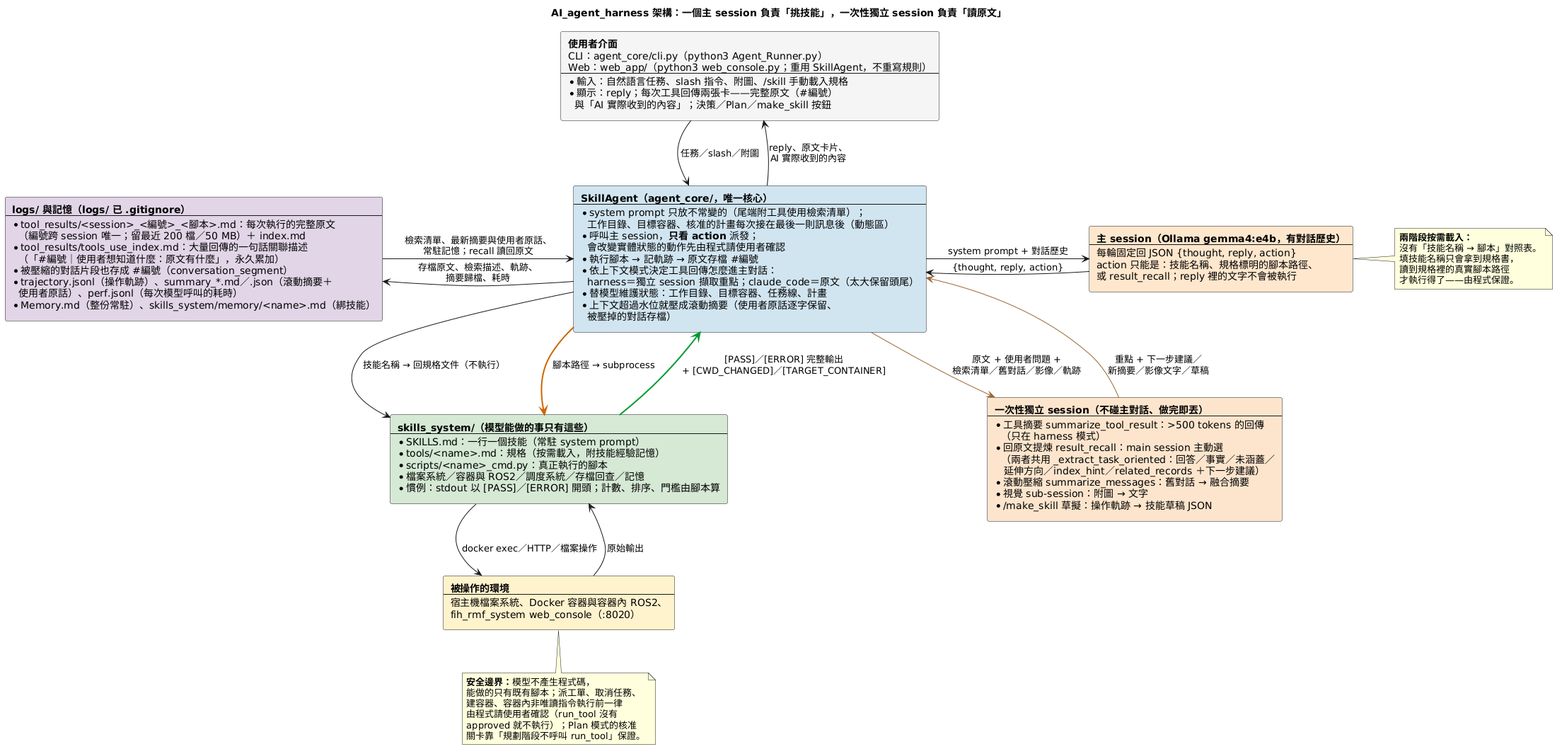
Before: doc/images/AI_agent_harness的說明.png, a diagram exported from PlantUML (DavidZox/AI_agent_harness).
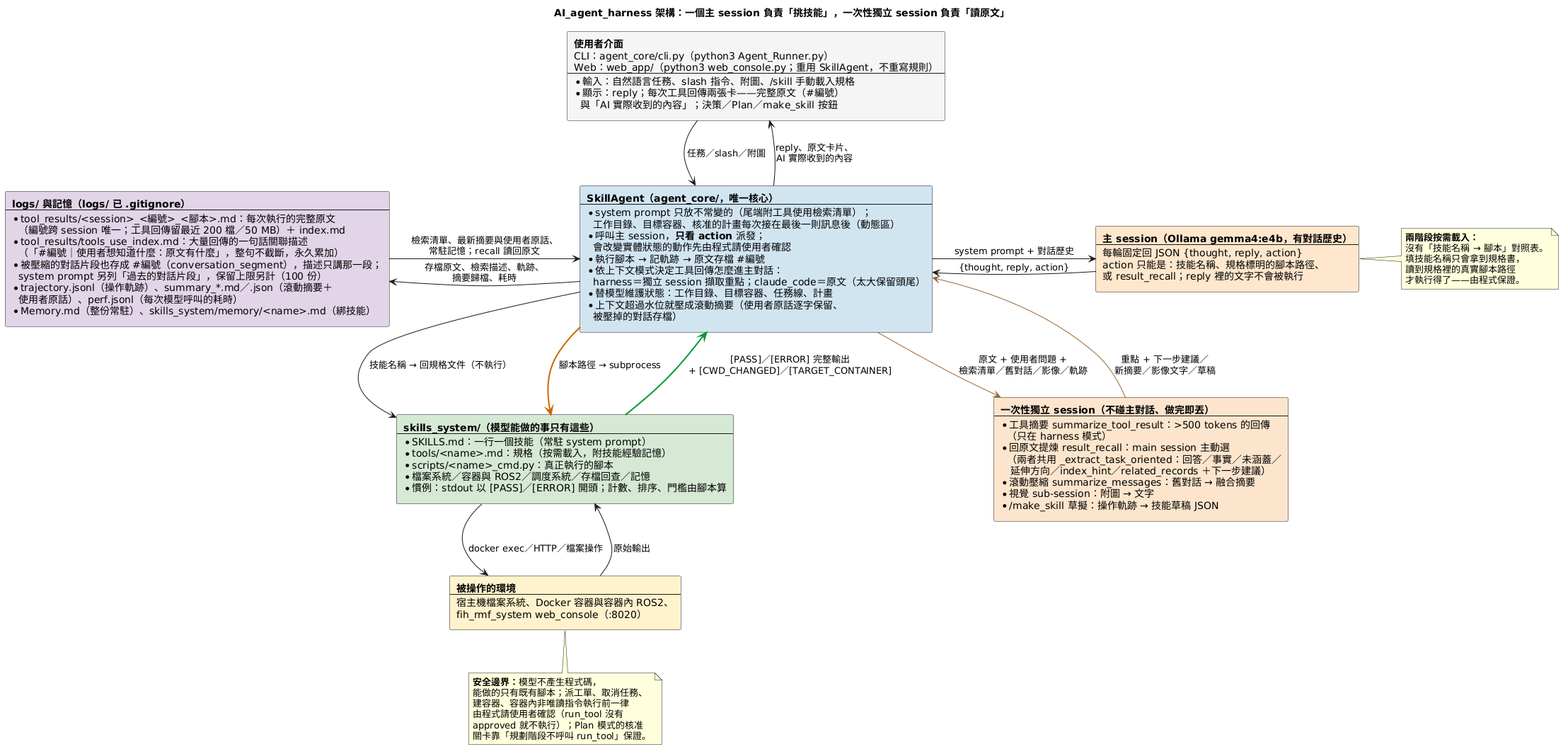
The same diagram one commit later.

The edit, as a diff of the source:
```diff
@@ -74,10 +74,11 @@
   **logs/ 與記憶（logs/ 已 .gitignore）**
   ----
   * tool_results/<session>_<編號>_<腳本>.md：每次執行的完整原文
-    （編號跨 session 唯一；留最近 200 檔／50 MB）＋ index.md
+    （編號跨 session 唯一；工具回傳留最近 200 檔／50 MB）＋ index.md
   * tool_results/tools_use_index.md：大量回傳的一句話關聯描述
-    （「#編號｜使用者想知道什麼：原文有什麼」，永久累加）
-  * 被壓縮的對話片段也存成 #編號（conversation_segment）
+    （「#編號｜使用者想知道什麼：原文有什麼」，整句不截斷，永久累加）
+  * 被壓縮的對話片段也存成 #編號（conversation_segment），描述只講那一段；
+    system prompt 另列「過去的對話片段」，保留上限另計（100 份）
   * trajectory.jsonl（操作軌跡）、summary_*.md／.json（滾動摘要＋
     使用者原話）、perf.jsonl（每次模型呼叫的耗時）
   * Memory.md（整份常駐）、skills_system/memory/<name>.md（綁技能）
```
